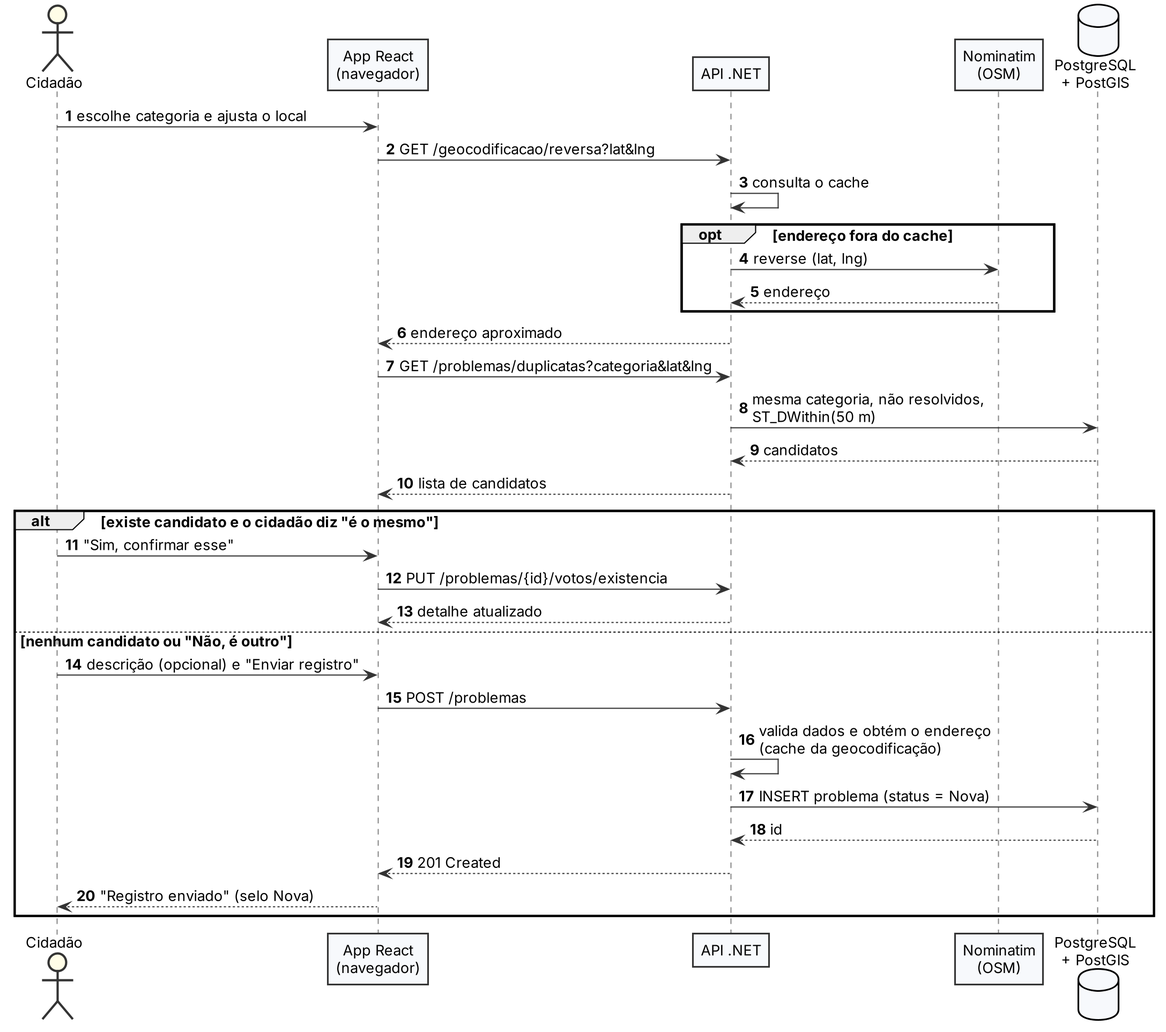
Above: docs/diagramas/04_seq_registrar.png in VictorHenriqueTerraCheru/TCC.back (PlantUML), before the change. Its source is kept beside it as docs/diagramas/04_seq_registrar.puml.
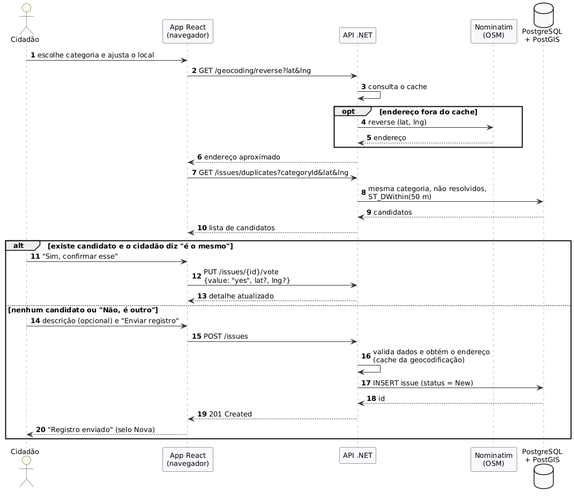
The same diagram one commit later.

The edit, as a diff of the source:
```diff
@@ -7,26 +7,26 @@
 participant "Nominatim\n(OSM)" as NOM
 database "PostgreSQL\n+ PostGIS" as DB
 U -> APP : escolhe categoria e ajusta o local
-APP -> API : GET /geocodificacao/reversa?lat&lng
+APP -> API : GET /geocoding/reverse?lat&lng
 API -> API : consulta o cache
 opt endereço fora do cache
   API -> NOM : reverse (lat, lng)
   NOM --> API : endereço
 end
 API --> APP : endereço aproximado
-APP -> API : GET /problemas/duplicatas?categoria&lat&lng
+APP -> API : GET /issues/duplicates?categoryId&lat&lng
 API -> DB : mesma categoria, não resolvidos,\nST_DWithin(50 m)
 DB --> API : candidatos
 API --> APP : lista de candidatos
 alt existe candidato e o cidadão diz "é o mesmo"
   U -> APP : "Sim, confirmar esse"
-  APP -> API : PUT /problemas/{id}/voto\n{valor: "sim", lat?, lng?}
+  APP -> API : PUT /issues/{id}/vote\n{value: "yes", lat?, lng?}
   API --> APP : detalhe atualizado
 else nenhum candidato ou "Não, é outro"
   U -> APP : descrição (opcional) e "Enviar registro"
-  APP -> API : POST /problemas
+  APP -> API : POST /issues
   API -> API : valida dados e obtém o endereço\n(cache da geocodificação)
-  API -> DB : INSERT problema (status = Nova)
+  API -> DB : INSERT issue (status = New)
   DB --> API : id
   API --> APP : 201 Created
   APP --> U : "Registro enviado" (selo Nova)
```
